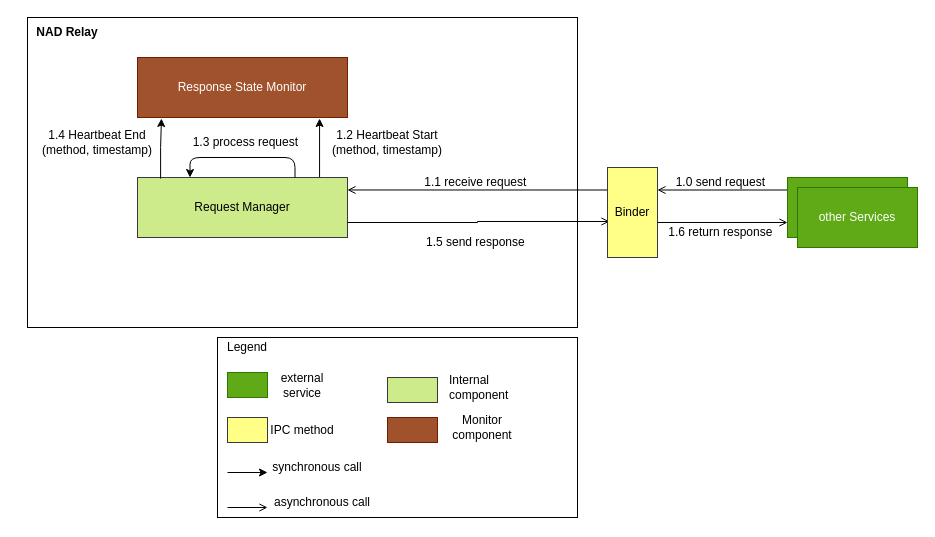
Earlier version of the draw.io diagram page "rsm" (7 of 13) of doc/SA cert/Design/availability.drawio (taikt/codefun). Source tidied: cells renumbered, new cells numbered last; positions are measured from the earlier drawing's top-left corner, leaving out a move shared by most shapes. Both pictures are drawn from the tidied source at 100%, with x=0, y=0 at pixel (17, 17).
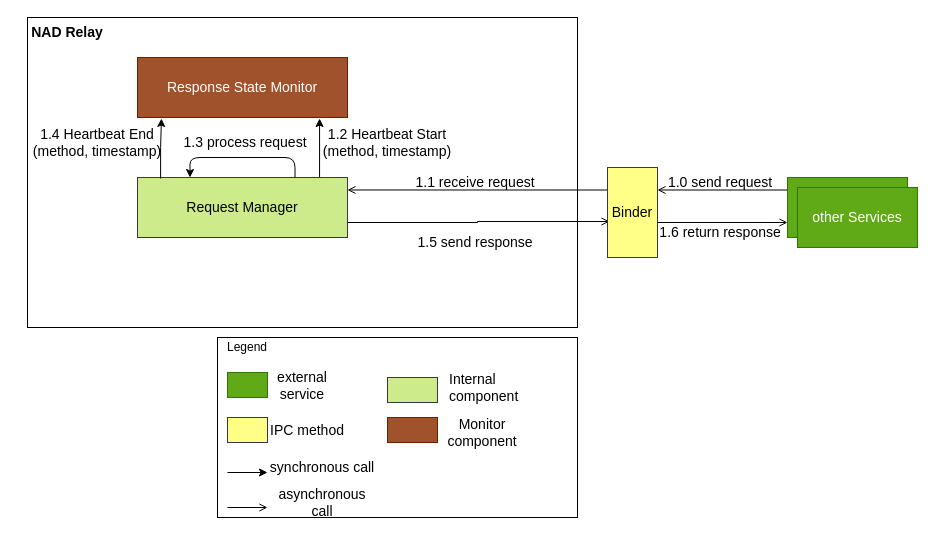
The same page after the edit.

The edit, as a diff of the source:
```diff
@@
-    <mxCell id="5" value="Request Manager" style="rounded=0;whiteSpace=wrap;html=1;fillColor=#cdeb8b;strokeColor=#36393d;" parent="1" vertex="1">
+    <mxCell id="5" value="&lt;font style=&quot;font-size: 14px;&quot;&gt;Request Manager&lt;/font&gt;" style="rounded=0;whiteSpace=wrap;html=1;fillColor=#cdeb8b;strokeColor=#36393d;" parent="1" vertex="1">
       <mxGeometry x="120" y="160" width="210" height="60" as="geometry" />
     </mxCell>
-    <mxCell id="6" value="Response State Monitor" style="rounded=0;whiteSpace=wrap;html=1;fillColor=#a0522d;strokeColor=#6D1F00;fontColor=#ffffff;" parent="1" vertex="1">
+    <mxCell id="6" value="&lt;font style=&quot;font-size: 14px;&quot;&gt;Response State Monitor&lt;/font&gt;" style="rounded=0;whiteSpace=wrap;html=1;fillColor=#a0522d;strokeColor=#6D1F00;fontColor=#ffffff;" parent="1" vertex="1">
       <mxGeometry x="120" y="40" width="210" height="60" as="geometry" />
     </mxCell>
@@
-    <mxCell id="9" value="Binder" style="rounded=0;whiteSpace=wrap;html=1;fillColor=#ffff88;strokeColor=#36393d;" parent="1" vertex="1">
+    <mxCell id="9" value="&lt;font style=&quot;font-size: 14px;&quot;&gt;Binder&lt;/font&gt;" style="rounded=0;whiteSpace=wrap;html=1;fillColor=#ffff88;strokeColor=#36393d;" parent="1" vertex="1">
       <mxGeometry x="590" y="150" width="50" height="90" as="geometry" />
     </mxCell>
@@
-    <mxCell id="12" value="1.1 receive request&amp;nbsp;" style="text;html=1;strokeColor=none;fillColor=none;align=center;verticalAlign=middle;whiteSpace=wrap;rounded=0;" parent="1" vertex="1">
+    <mxCell id="12" value="&lt;font style=&quot;font-size: 14px;&quot;&gt;1.1 receive request&amp;nbsp;&lt;/font&gt;" style="text;html=1;strokeColor=none;fillColor=none;align=center;verticalAlign=middle;whiteSpace=wrap;rounded=0;" parent="1" vertex="1">
       <mxGeometry x="370" y="150" width="180" height="30" as="geometry" />
     </mxCell>
-    <mxCell id="13" value="1.5 send response&amp;nbsp;" style="text;html=1;strokeColor=none;fillColor=none;align=center;verticalAlign=middle;whiteSpace=wrap;rounded=0;" parent="1" vertex="1">
+    <mxCell id="13" value="&lt;font style=&quot;font-size: 14px;&quot;&gt;1.5 send response&amp;nbsp;&lt;/font&gt;" style="text;html=1;strokeColor=none;fillColor=none;align=center;verticalAlign=middle;whiteSpace=wrap;rounded=0;" parent="1" vertex="1">
       <mxGeometry x="390" y="210" width="140" height="30" as="geometry" />
     </mxCell>
-    <mxCell id="14" value="1.2 Heartbeat Start (method, timestamp)" style="text;html=1;strokeColor=none;fillColor=none;align=center;verticalAlign=middle;whiteSpace=wrap;rounded=0;" parent="1" vertex="1">
+    <mxCell id="14" value="&lt;font style=&quot;font-size: 14px;&quot;&gt;1.2 Heartbeat Start (method, timestamp)&lt;/font&gt;" style="text;html=1;strokeColor=none;fillColor=none;align=center;verticalAlign=middle;whiteSpace=wrap;rounded=0;" parent="1" vertex="1">
       <mxGeometry x="300" y="110" width="140" height="30" as="geometry" />
     </mxCell>
-    <mxCell id="15" value="1.4 Heartbeat End (method, timestamp)" style="text;html=1;strokeColor=none;fillColor=none;align=center;verticalAlign=middle;whiteSpace=wrap;rounded=0;" parent="1" vertex="1">
+    <mxCell id="15" value="&lt;font style=&quot;font-size: 14px;&quot;&gt;1.4 Heartbeat End (method, timestamp)&lt;/font&gt;" style="text;html=1;strokeColor=none;fillColor=none;align=center;verticalAlign=middle;whiteSpace=wrap;rounded=0;" parent="1" vertex="1">
       <mxGeometry x="10" y="110" width="140" height="30" as="geometry" />
     </mxCell>
-    <mxCell id="16" value="&lt;b&gt;NAD Relay&lt;/b&gt;" style="text;html=1;strokeColor=none;fillColor=none;align=center;verticalAlign=middle;whiteSpace=wrap;rounded=0;" parent="1" vertex="1">
+    <mxCell id="16" value="&lt;b&gt;&lt;font style=&quot;font-size: 14px;&quot;&gt;NAD Relay&lt;/font&gt;&lt;/b&gt;" style="text;html=1;strokeColor=none;fillColor=none;align=center;verticalAlign=middle;whiteSpace=wrap;rounded=0;" parent="1" vertex="1">
       <mxGeometry width="100" height="30" as="geometry" />
     </mxCell>
-    <mxCell id="17" value="other Services" style="rounded=0;whiteSpace=wrap;html=1;fillColor=#60a917;strokeColor=#2D7600;fontColor=#ffffff;" parent="1" vertex="1">
+    <mxCell id="17" value="&lt;font style=&quot;font-size: 14px;&quot;&gt;other Services&lt;/font&gt;" style="rounded=0;whiteSpace=wrap;html=1;fillColor=#60a917;strokeColor=#2D7600;fontColor=#ffffff;" parent="1" vertex="1">
       <mxGeometry x="780" y="170" width="120" height="60" as="geometry" />
     </mxCell>
@@
-    <mxCell id="21" value="Internal component" style="text;html=1;strokeColor=none;fillColor=none;align=left;verticalAlign=middle;whiteSpace=wrap;rounded=0;" parent="1" vertex="1">
+    <mxCell id="21" value="&lt;font style=&quot;font-size: 14px;&quot;&gt;Internal component&lt;/font&gt;" style="text;html=1;strokeColor=none;fillColor=none;align=left;verticalAlign=middle;whiteSpace=wrap;rounded=0;" parent="1" vertex="1">
       <mxGeometry x="430" y="360" width="70" height="20" as="geometry" />
     </mxCell>
@@
-    <mxCell id="23" value="Monitor component" style="text;html=1;strokeColor=none;fillColor=none;align=center;verticalAlign=middle;whiteSpace=wrap;rounded=0;" parent="1" vertex="1">
-      <mxGeometry x="430" y="400" width="70" height="20" as="geometry" />
+    <mxCell id="23" value="&lt;font style=&quot;font-size: 14px;&quot;&gt;Monitor component&lt;/font&gt;" style="text;html=1;strokeColor=none;fillColor=none;align=center;verticalAlign=middle;whiteSpace=wrap;rounded=0;" parent="1" vertex="1">
+      <mxGeometry x="430" y="405" width="70" height="20" as="geometry" />
     </mxCell>
@@
-    <mxCell id="25" value="external service" style="text;html=1;strokeColor=none;fillColor=none;align=center;verticalAlign=middle;whiteSpace=wrap;rounded=0;" parent="1" vertex="1">
+    <mxCell id="25" value="&lt;font style=&quot;font-size: 14px;&quot;&gt;external service&lt;/font&gt;" style="text;html=1;strokeColor=none;fillColor=none;align=center;verticalAlign=middle;whiteSpace=wrap;rounded=0;" parent="1" vertex="1">
       <mxGeometry x="250" y="357.5" width="70" height="20" as="geometry" />
     </mxCell>
@@
-    <mxCell id="27" value="IPC method" style="text;html=1;strokeColor=none;fillColor=none;align=center;verticalAlign=middle;whiteSpace=wrap;rounded=0;" parent="1" vertex="1">
-      <mxGeometry x="250" y="402.5" width="70" height="20" as="geometry" />
+    <mxCell id="27" value="&lt;font style=&quot;font-size: 14px;&quot;&gt;IPC method&lt;/font&gt;" style="text;html=1;strokeColor=none;fillColor=none;align=center;verticalAlign=middle;whiteSpace=wrap;rounded=0;" parent="1" vertex="1">
+      <mxGeometry x="250" y="402.5" width="80" height="20" as="geometry" />
     </mxCell>
@@
-    <mxCell id="29" value="synchronous call" style="text;html=1;strokeColor=none;fillColor=none;align=center;verticalAlign=middle;whiteSpace=wrap;rounded=0;" parent="1" vertex="1">
-      <mxGeometry x="250" y="440" width="100" height="20" as="geometry" />
+    <mxCell id="29" value="&lt;font style=&quot;font-size: 14px;&quot;&gt;synchronous call&lt;/font&gt;" style="text;html=1;strokeColor=none;fillColor=none;align=center;verticalAlign=middle;whiteSpace=wrap;rounded=0;" parent="1" vertex="1">
+      <mxGeometry x="250" y="440" width="110" height="20" as="geometry" />
     </mxCell>
@@
-    <mxCell id="31" value="asynchronous call" style="text;html=1;strokeColor=none;fillColor=none;align=center;verticalAlign=middle;whiteSpace=wrap;rounded=0;" parent="1" vertex="1">
+    <mxCell id="31" value="&lt;font style=&quot;font-size: 14px;&quot;&gt;asynchronous call&lt;/font&gt;" style="text;html=1;strokeColor=none;fillColor=none;align=center;verticalAlign=middle;whiteSpace=wrap;rounded=0;" parent="1" vertex="1">
       <mxGeometry x="250" y="475" width="110" height="20" as="geometry" />
     </mxCell>
-    <mxCell id="32" value="1.0 send request&amp;nbsp;" style="text;html=1;strokeColor=none;fillColor=none;align=center;verticalAlign=middle;whiteSpace=wrap;rounded=0;" parent="1" vertex="1">
+    <mxCell id="32" value="&lt;font style=&quot;font-size: 14px;&quot;&gt;1.0 send request&amp;nbsp;&lt;/font&gt;" style="text;html=1;strokeColor=none;fillColor=none;align=center;verticalAlign=middle;whiteSpace=wrap;rounded=0;" parent="1" vertex="1">
       <mxGeometry x="615" y="150" width="180" height="30" as="geometry" />
     </mxCell>
@@
-    <mxCell id="34" value="1.3 process request&amp;nbsp;" style="text;html=1;strokeColor=none;fillColor=none;align=center;verticalAlign=middle;whiteSpace=wrap;rounded=0;" parent="1" vertex="1">
+    <mxCell id="34" value="&lt;font style=&quot;font-size: 14px;&quot;&gt;1.3 process request&amp;nbsp;&lt;/font&gt;" style="text;html=1;strokeColor=none;fillColor=none;align=center;verticalAlign=middle;whiteSpace=wrap;rounded=0;" parent="1" vertex="1">
       <mxGeometry x="140" y="110" width="180" height="30" as="geometry" />
     </mxCell>
@@
-    <mxCell id="36" value="1.6 return response&amp;nbsp;" style="text;html=1;strokeColor=none;fillColor=none;align=center;verticalAlign=middle;whiteSpace=wrap;rounded=0;" parent="1" vertex="1">
+    <mxCell id="36" value="&lt;font style=&quot;font-size: 14px;&quot;&gt;1.6 return response&amp;nbsp;&lt;/font&gt;" style="text;html=1;strokeColor=none;fillColor=none;align=center;verticalAlign=middle;whiteSpace=wrap;rounded=0;" parent="1" vertex="1">
       <mxGeometry x="640" y="200" width="130" height="30" as="geometry" />
     </mxCell>
```
